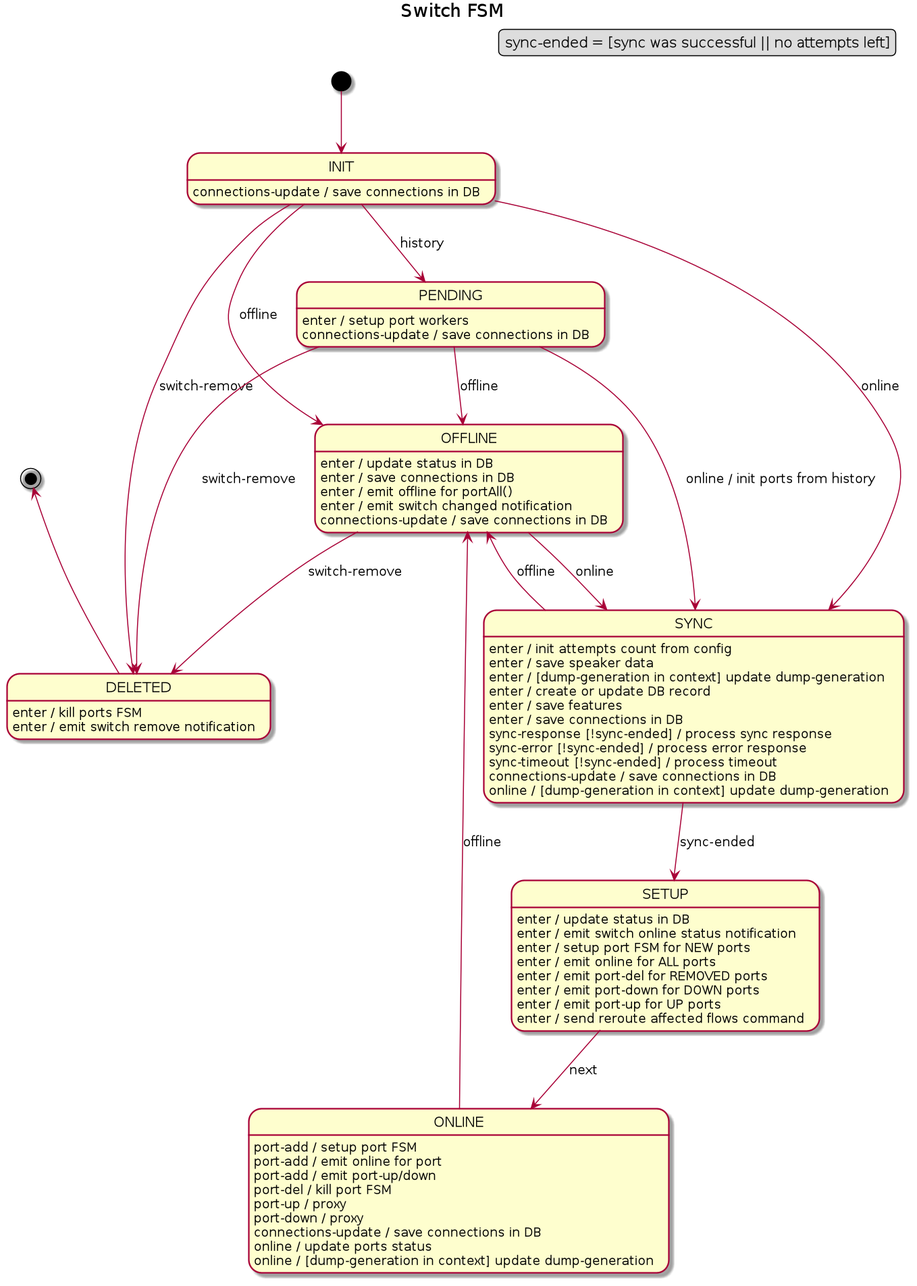
This is docs/design/network-discovery/switch-FSM.png from telstra/open-kilda, a PlantUML export, as it was before one commit.
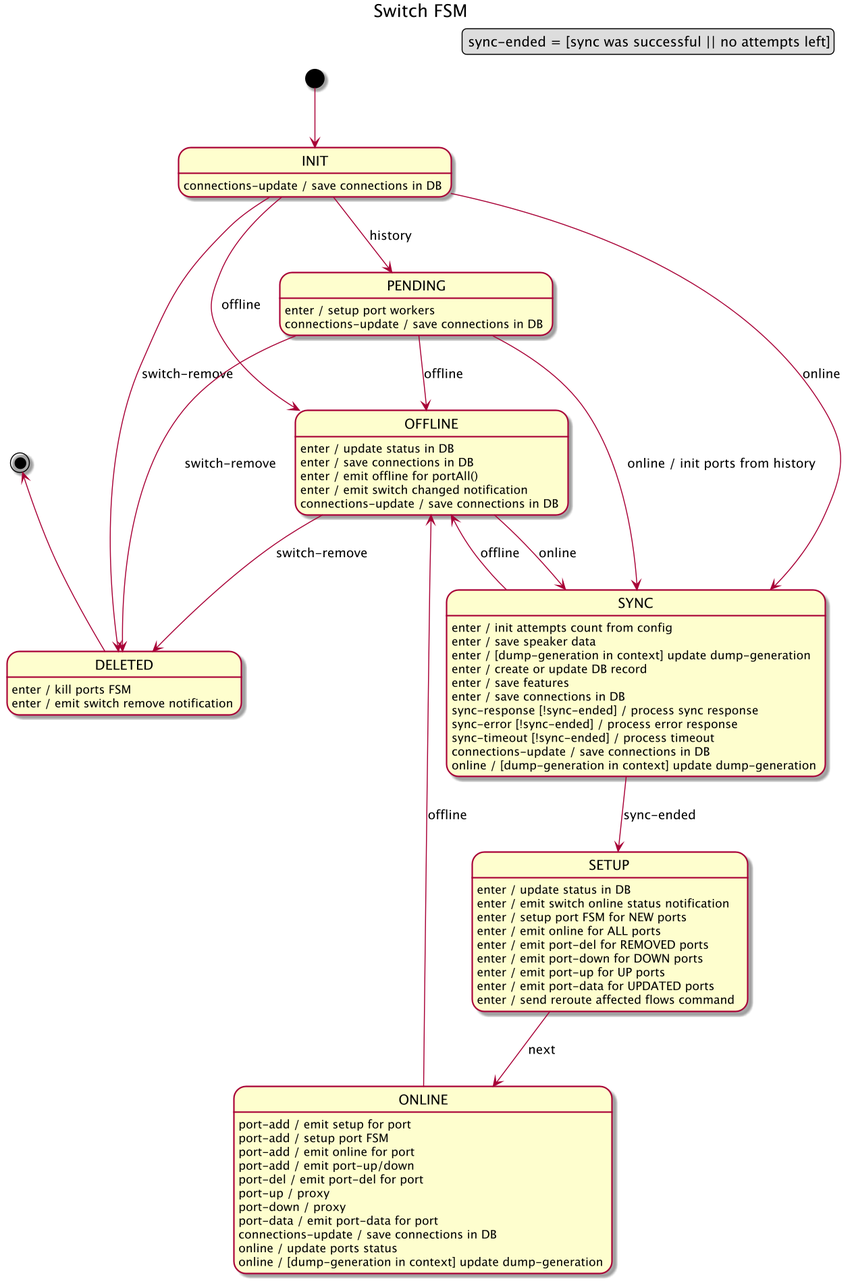
The same file after the commit.

What changed in the source:
```diff
@@ -1,5 +1,7 @@
 @startuml
 title Switch FSM
+scale 1358 width
+scale 1904 height
 
 legend top right
     sync-ended = [sync was successful || no attempts left]
@@ -40,15 +42,18 @@
 SETUP : enter / emit port-del for REMOVED ports
 SETUP : enter / emit port-down for DOWN ports
 SETUP : enter / emit port-up for UP ports
+SETUP : enter / emit port-data for UPDATED ports
 SETUP : enter / send reroute affected flows command
 SETUP --> ONLINE : next
 
+ONLINE : port-add / emit setup for port
 ONLINE : port-add / setup port FSM
 ONLINE : port-add / emit online for port
 ONLINE : port-add / emit port-up/down
-ONLINE : port-del / kill port FSM
+ONLINE : port-del / emit port-del for port
 ONLINE : port-up / proxy
 ONLINE : port-down / proxy
+ONLINE : port-data / emit port-data for port
 ONLINE : connections-update / save connections in DB
 ONLINE : online / update ports status
 ONLINE : online / [dump-generation in context] update dump-generation
```
